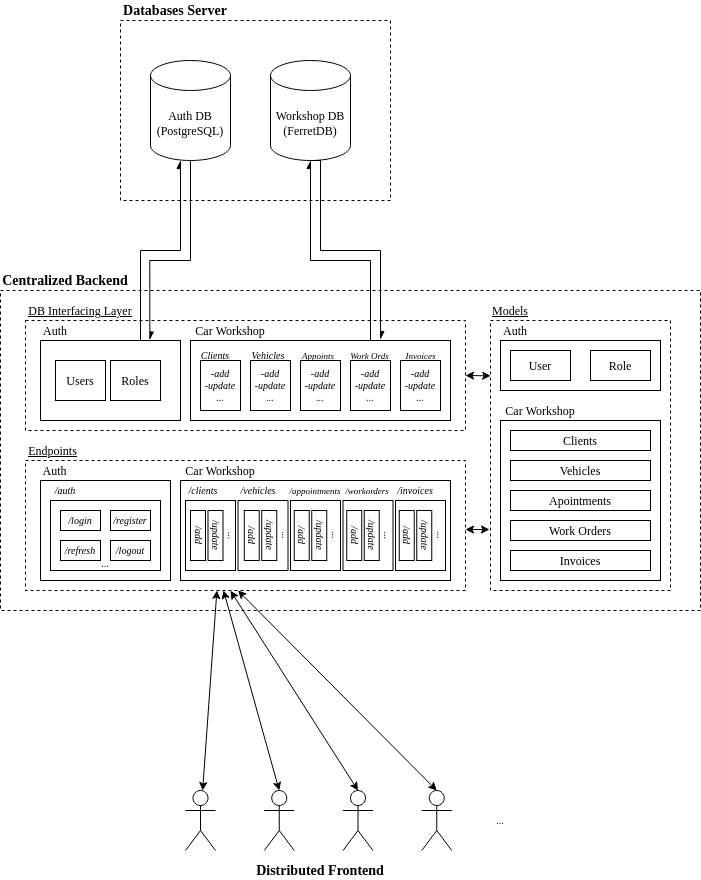
Before: docs/images/arch.png, a diagram exported from draw.io (AndreFerreira5/starranja). Source tidied: cells renumbered, new cells last; positions are measured from the earlier drawing's top-left corner, leaving out a move shared by most shapes.
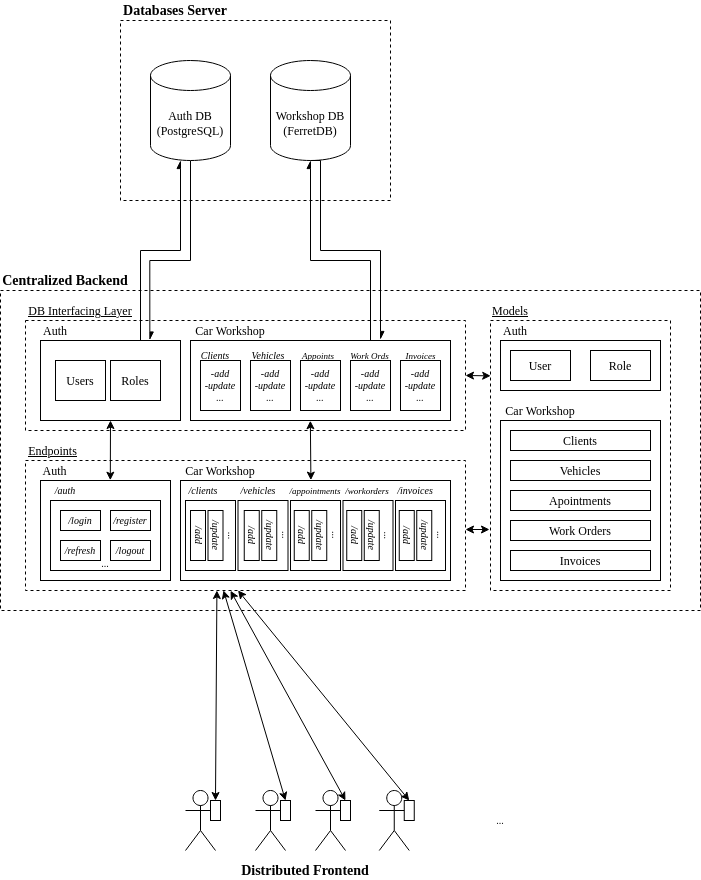
The same file after the commit.

Commit message:
doc: arch v2 (added missing arrows and clarified the frontend #106)

What changed in the source:
```diff
@@ -272,15 +272,6 @@
     <mxCell id="83" style="shape=umlActor;verticalLabelPosition=bottom;verticalAlign=top;html=1;outlineConnect=0;" parent="1" vertex="1">
       <mxGeometry x="185" y="790" width="30" height="60" as="geometry" />
     </mxCell>
-    <mxCell id="84" style="shape=umlActor;verticalLabelPosition=bottom;verticalAlign=top;html=1;outlineConnect=0;" parent="1" vertex="1">
-      <mxGeometry x="263.8" y="790" width="30" height="60" as="geometry" />
-    </mxCell>
-    <mxCell id="85" style="shape=umlActor;verticalLabelPosition=bottom;verticalAlign=top;html=1;outlineConnect=0;" parent="1" vertex="1">
-      <mxGeometry x="342.5" y="790" width="30" height="60" as="geometry" />
-    </mxCell>
-    <mxCell id="86" style="shape=umlActor;verticalLabelPosition=bottom;verticalAlign=top;html=1;outlineConnect=0;" parent="1" vertex="1">
-      <mxGeometry x="421.2" y="790" width="30" height="60" as="geometry" />
-    </mxCell>
     <mxCell id="87" value="..." style="text;html=1;whiteSpace=wrap;strokeColor=none;fillColor=none;align=center;verticalAlign=middle;rounded=0;fontSize=10;" parent="1" vertex="1">
       <mxGeometry x="490" y="817.5" width="20" height="5" as="geometry" />
     </mxCell>
@@ -295,20 +286,47 @@
         </Array>
       </mxGeometry>
     </mxCell>
-    <mxCell id="89" style="endArrow=classic;startArrow=classic;html=1;rounded=0;entryX=0.435;entryY=1;entryDx=0;entryDy=0;entryPerimeter=0;" parent="1" edge="1" source="83" target="3">
+    <mxCell id="89" style="endArrow=classic;startArrow=classic;html=1;rounded=0;entryX=0.435;entryY=1;entryDx=0;entryDy=0;entryPerimeter=0;exitX=0.5;exitY=0;exitDx=0;exitDy=0;" parent="1" edge="1" source="96" target="3">
       <mxGeometry relative="1" as="geometry" />
     </mxCell>
-    <mxCell id="90" style="endArrow=classic;startArrow=classic;html=1;rounded=0;entryX=0.45;entryY=0.999;entryDx=0;entryDy=0;entryPerimeter=0;exitX=0.5;exitY=0;exitDx=0;exitDy=0;exitPerimeter=0;" parent="1" edge="1" source="84" target="3">
+    <mxCell id="90" style="endArrow=classic;startArrow=classic;html=1;rounded=0;entryX=0.45;entryY=0.999;entryDx=0;entryDy=0;entryPerimeter=0;exitX=0.5;exitY=0;exitDx=0;exitDy=0;" parent="1" edge="1" source="98" target="3">
       <mxGeometry relative="1" as="geometry" />
     </mxCell>
-    <mxCell id="91" style="endArrow=classic;startArrow=classic;html=1;rounded=0;entryX=0.466;entryY=1.002;entryDx=0;entryDy=0;entryPerimeter=0;exitX=0.5;exitY=0;exitDx=0;exitDy=0;exitPerimeter=0;" parent="1" edge="1" source="85" target="3">
+    <mxCell id="91" style="endArrow=classic;startArrow=classic;html=1;rounded=0;entryX=0.466;entryY=1.002;entryDx=0;entryDy=0;entryPerimeter=0;exitX=0.5;exitY=0;exitDx=0;exitDy=0;" parent="1" edge="1" source="100" target="3">
       <mxGeometry relative="1" as="geometry" />
     </mxCell>
-    <mxCell id="92" style="endArrow=classic;startArrow=classic;html=1;rounded=0;entryX=0.483;entryY=1;entryDx=0;entryDy=0;entryPerimeter=0;exitX=0.5;exitY=0;exitDx=0;exitDy=0;exitPerimeter=0;" parent="1" edge="1" source="86" target="3">
+    <mxCell id="92" style="endArrow=classic;startArrow=classic;html=1;rounded=0;entryX=0.483;entryY=1;entryDx=0;entryDy=0;entryPerimeter=0;exitX=0.5;exitY=0;exitDx=0;exitDy=0;" parent="1" edge="1" source="102" target="3">
       <mxGeometry relative="1" as="geometry" />
     </mxCell>
     <mxCell id="93" value="Distributed Frontend" style="text;html=1;whiteSpace=wrap;strokeColor=none;fillColor=none;align=center;verticalAlign=middle;rounded=0;fontStyle=1;fontSize=14;" parent="1" vertex="1">
-      <mxGeometry x="255" y="860" width="130" height="20" as="geometry" />
+      <mxGeometry x="240" y="860" width="130" height="20" as="geometry" />
     </mxCell>
+    <mxCell id="94" style="endArrow=classic;startArrow=classic;html=1;rounded=0;entryX=0.483;entryY=-0.004;entryDx=0;entryDy=0;exitX=0.461;exitY=1.003;exitDx=0;exitDy=0;exitPerimeter=0;entryPerimeter=0;" parent="1" edge="1" source="19" target="48">
+      <mxGeometry relative="1" as="geometry" />
+    </mxCell>
+    <mxCell id="95" style="endArrow=classic;startArrow=classic;html=1;rounded=0;entryX=0.537;entryY=-0.003;entryDx=0;entryDy=0;exitX=0.5;exitY=1;exitDx=0;exitDy=0;entryPerimeter=0;" parent="1" edge="1" source="15" target="4">
+      <mxGeometry relative="1" as="geometry" />
+    </mxCell>
+    <mxCell id="96" style="rounded=0;whiteSpace=wrap;html=1;" parent="1" vertex="1">
+      <mxGeometry x="210" y="800" width="10" height="20" as="geometry" />
+    </mxCell>
+    <mxCell id="97" style="shape=umlActor;verticalLabelPosition=bottom;verticalAlign=top;html=1;" parent="1" vertex="1">
+      <mxGeometry x="255" y="790" width="30" height="60" as="geometry" />
+    </mxCell>
+    <mxCell id="98" style="rounded=0;whiteSpace=wrap;html=1;" parent="1" vertex="1">
+      <mxGeometry x="280" y="800" width="10" height="20" as="geometry" />
+    </mxCell>
+    <mxCell id="99" style="shape=umlActor;verticalLabelPosition=bottom;verticalAlign=top;html=1;" parent="1" vertex="1">
+      <mxGeometry x="315" y="790" width="30" height="60" as="geometry" />
+    </mxCell>
+    <mxCell id="100" style="rounded=0;whiteSpace=wrap;html=1;" parent="1" vertex="1">
+      <mxGeometry x="340" y="800" width="10" height="20" as="geometry" />
+    </mxCell>
+    <mxCell id="101" style="shape=umlActor;verticalLabelPosition=bottom;verticalAlign=top;html=1;" parent="1" vertex="1">
+      <mxGeometry x="378.8" y="790" width="30" height="60" as="geometry" />
+    </mxCell>
+    <mxCell id="102" style="rounded=0;whiteSpace=wrap;html=1;" parent="1" vertex="1">
+      <mxGeometry x="403.8" y="800" width="10" height="20" as="geometry" />
+    </mxCell>
   </root>
 </mxGraphModel>
```
